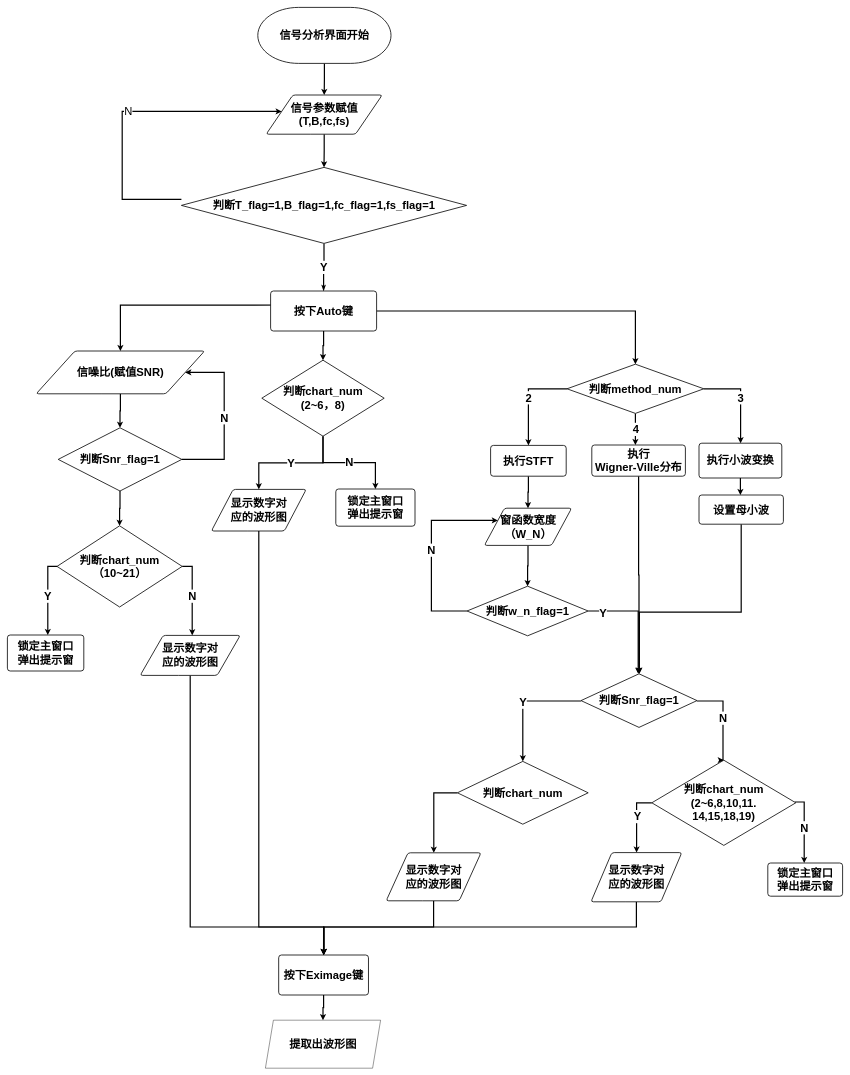
Before: TFA.drawio in Being-Chip/hello-world, a draw.io diagram. Source tidied: cells renumbered, new cells numbered last; positions are measured from the earlier drawing's top-left corner, leaving out a move shared by most shapes. Both pictures are drawn from the tidied source at 40%, with x=0, y=0 at pixel (7, 7).
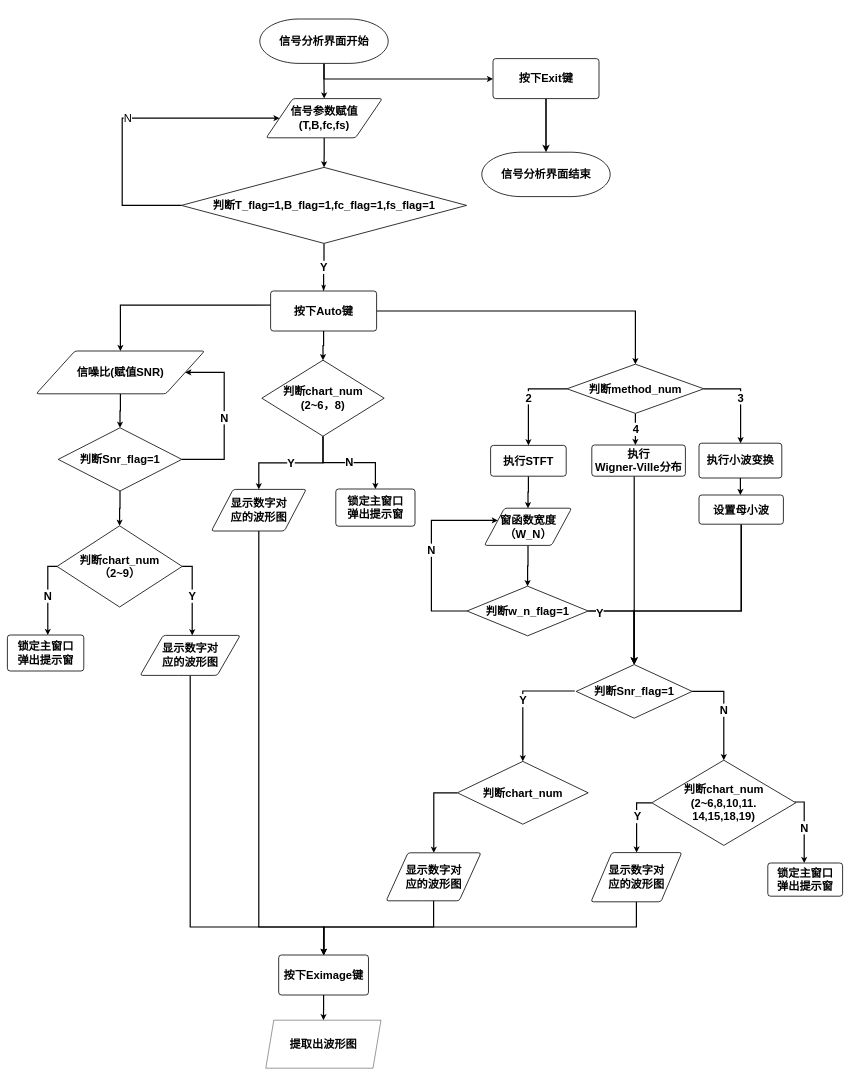
The same page after the edit.

The change refers to these unchanged cells:
```xml
<mxCell id="8" value="判断T_flag=1,B_flag=1,fc_flag=1,fs_flag=1" style="strokeWidth=2;html=1;shape=mxgraph.flowchart.decision;whiteSpace=wrap;fontSize=28;fontStyle=1;" parent="1" vertex="1">
  <mxGeometry x="435" y="400" width="713" height="190" as="geometry" />
</mxCell>
<mxCell id="23" value="执行&lt;br&gt;Wigner-Ville分布" style="rounded=1;whiteSpace=wrap;html=1;absoluteArcSize=1;arcSize=14;strokeWidth=2;fontSize=28;fontStyle=1;" parent="1" vertex="1">
  <mxGeometry x="1461" y="1094" width="234" height="78" as="geometry" />
</mxCell>
<mxCell id="35" value="锁定主窗口&lt;br&gt;弹出提示窗" style="rounded=1;whiteSpace=wrap;html=1;absoluteArcSize=1;arcSize=14;strokeWidth=2;fontSize=28;fontStyle=1;" parent="1" vertex="1">
  <mxGeometry y="1569" width="191" height="90" as="geometry" />
</mxCell>
<mxCell id="37" value="判断chart_num" style="strokeWidth=2;html=1;shape=mxgraph.flowchart.decision;whiteSpace=wrap;fontSize=28;fontStyle=1;" parent="1" vertex="1">
  <mxGeometry x="1125" y="1885" width="327" height="157" as="geometry" />
</mxCell>
<mxCell id="43" value="判断w_n_flag=1" style="strokeWidth=2;html=1;shape=mxgraph.flowchart.decision;whiteSpace=wrap;fontSize=28;fontStyle=1;" parent="1" vertex="1">
  <mxGeometry x="1149" y="1447" width="303" height="124" as="geometry" />
</mxCell>
<mxCell id="48" value="设置母小波" style="rounded=1;whiteSpace=wrap;html=1;absoluteArcSize=1;arcSize=14;strokeWidth=2;fontSize=28;fontStyle=1;" parent="1" vertex="1">
  <mxGeometry x="1729" y="1219" width="211" height="73" as="geometry" />
</mxCell>
<mxCell id="52" value="判断chart_num&lt;br style=&quot;font-size: 28px;&quot;&gt;(2~6,8,10,11.&lt;br style=&quot;font-size: 28px;&quot;&gt;14,15,18,19)" style="strokeWidth=2;html=1;shape=mxgraph.flowchart.decision;whiteSpace=wrap;fontSize=28;fontStyle=1;" parent="1" vertex="1">
  <mxGeometry x="1611" y="1882" width="360" height="213" as="geometry" />
</mxCell>
<mxCell id="63" value="显示数字对&lt;br&gt;应的波形图" style="shape=parallelogram;html=1;strokeWidth=2;perimeter=parallelogramPerimeter;whiteSpace=wrap;rounded=1;arcSize=12;size=0.23;fontSize=28;fontStyle=1;" parent="1" vertex="1">
  <mxGeometry x="332" y="1570" width="250" height="100" as="geometry" />
</mxCell>
```

The edit, as a diff of the source:
```diff
@@
+    <mxCell id="65" style="edgeStyle=orthogonalEdgeStyle;rounded=0;jettySize=auto;html=1;strokeWidth=3;" parent="1" edge="1" target="67">
+      <mxGeometry relative="1" as="geometry">
+        <mxPoint x="791.5" y="140" as="sourcePoint" />
+        <Array as="points">
+          <mxPoint x="791" y="179" />
+        </Array>
+      </mxGeometry>
+    </mxCell>
     <mxCell id="3" value="信号分析界面开始" style="strokeWidth=2;html=1;shape=mxgraph.flowchart.terminator;whiteSpace=wrap;fontSize=28;fontStyle=1;" parent="1" vertex="1">
-      <mxGeometry x="626" width="333" height="140" as="geometry" />
+      <mxGeometry x="631" y="29" width="321" height="111" as="geometry" />
     </mxCell>
@@
     <mxCell id="5" value="信号参数赋值 (T,B,fc,fs)" style="shape=parallelogram;html=1;strokeWidth=2;perimeter=parallelogramPerimeter;whiteSpace=wrap;rounded=1;arcSize=12;size=0.23;fontSize=28;fontStyle=1;" parent="1" vertex="1">
-      <mxGeometry x="647" y="219" width="290" height="98" as="geometry" />
+      <mxGeometry x="647" y="228" width="290" height="98" as="geometry" />
     </mxCell>
@@
     <mxCell id="7" value="N" style="edgeStyle=orthogonalEdgeStyle;rounded=0;jettySize=auto;html=1;fontSize=28;strokeWidth=3;" parent="1" edge="1" source="8" target="5">
       <mxGeometry relative="1" as="geometry">
         <Array as="points">
-          <mxPoint x="287" y="480" />
-          <mxPoint x="287" y="260" />
+          <mxPoint x="287" y="495" />
+          <mxPoint x="287" y="277" />
         </Array>
       </mxGeometry>
     </mxCell>
@@
     <mxCell id="22" style="edgeStyle=orthogonalEdgeStyle;rounded=0;jettySize=auto;html=1;fontSize=28;fontStyle=1;strokeWidth=3;" parent="1" edge="1" source="23" target="46">
-      <mxGeometry relative="1" as="geometry" />
+      <mxGeometry relative="1" as="geometry">
+        <Array as="points">
+          <mxPoint x="1567" y="1269" />
+          <mxPoint x="1567" y="1269" />
+        </Array>
+      </mxGeometry>
     </mxCell>
@@
-    <mxCell id="32" value="Y" style="edgeStyle=orthogonalEdgeStyle;rounded=0;jettySize=auto;html=1;fontSize=28;fontStyle=1;strokeWidth=3;" parent="1" edge="1" source="34" target="35">
+    <mxCell id="32" value="N" style="edgeStyle=orthogonalEdgeStyle;rounded=0;jettySize=auto;html=1;fontSize=28;fontStyle=1;strokeWidth=3;" parent="1" edge="1" source="34" target="35">
       <mxGeometry relative="1" as="geometry">
         <Array as="points">
           <mxPoint x="101" y="1398" />
         </Array>
       </mxGeometry>
     </mxCell>
-    <mxCell id="33" value="N" style="edgeStyle=orthogonalEdgeStyle;rounded=0;jettySize=auto;html=1;fontSize=28;strokeWidth=3;fontStyle=1;" parent="1" edge="1" source="34" target="63">
+    <mxCell id="33" value="Y" style="edgeStyle=orthogonalEdgeStyle;rounded=0;jettySize=auto;html=1;fontSize=28;strokeWidth=3;fontStyle=1;" parent="1" edge="1" source="34" target="63">
       <mxGeometry relative="1" as="geometry">
         <Array as="points">
           <mxPoint x="462" y="1397" />
         </Array>
       </mxGeometry>
     </mxCell>
-    <mxCell id="34" value="判断chart_num（10~21）" style="strokeWidth=2;html=1;shape=mxgraph.flowchart.decision;whiteSpace=wrap;fontSize=28;fontStyle=1;" parent="1" vertex="1">
+    <mxCell id="34" value="判断chart_num&lt;br&gt;（2~9）" style="strokeWidth=2;html=1;shape=mxgraph.flowchart.decision;whiteSpace=wrap;fontSize=28;fontStyle=1;" parent="1" vertex="1">
       <mxGeometry x="124" y="1296" width="313" height="203" as="geometry" />
     </mxCell>
@@
-    <mxCell id="41" style="edgeStyle=orthogonalEdgeStyle;rounded=0;jettySize=auto;html=1;strokeWidth=3;" parent="1" edge="1" source="43" target="46">
+    <mxCell id="41" style="edgeStyle=orthogonalEdgeStyle;rounded=0;jettySize=auto;html=1;strokeWidth=4;" parent="1" edge="1" source="43" target="46">
       <mxGeometry relative="1" as="geometry">
         <Array as="points">
-          <mxPoint x="1577" y="1509" />
+          <mxPoint x="1567" y="1509" />
         </Array>
       </mxGeometry>
     </mxCell>
     <mxCell id="42" value="Y" style="edgeLabel;html=1;align=center;verticalAlign=middle;fontSize=28;fontStyle=1;" parent="41" vertex="1">
-      <mxGeometry x="-0.75" y="-5" relative="1" as="geometry">
-        <mxPoint x="1" as="offset" />
+      <mxGeometry x="-0.77" y="-5" relative="1" as="geometry">
+        <mxPoint x="-1" as="offset" />
       </mxGeometry>
     </mxCell>
@@
     <mxCell id="44" value="N" style="edgeStyle=orthogonalEdgeStyle;rounded=0;jettySize=auto;html=1;entryX=0.5;entryY=0;entryDx=0;entryDy=0;entryPerimeter=0;fontSize=28;fontStyle=1;strokeWidth=3;" parent="1" edge="1" source="46" target="52">
       <mxGeometry relative="1" as="geometry">
         <Array as="points">
-          <mxPoint x="1789" y="1734" />
-          <mxPoint x="1789" y="1882" />
+          <mxPoint x="1791" y="1710" />
         </Array>
       </mxGeometry>
     </mxCell>
-    <mxCell id="45" value="Y" style="edgeStyle=orthogonalEdgeStyle;rounded=0;jettySize=auto;html=1;entryX=0.5;entryY=0;entryDx=0;entryDy=0;entryPerimeter=0;fontSize=28;strokeWidth=3;fontStyle=1;" parent="1" edge="1" source="46" target="37">
+    <mxCell id="45" value="Y" style="edgeStyle=orthogonalEdgeStyle;rounded=0;jettySize=auto;html=1;entryX=0.5;entryY=0;entryDx=0;entryDy=0;entryPerimeter=0;fontSize=28;strokeWidth=3;fontStyle=1;" parent="1" edge="1" target="37">
       <mxGeometry relative="1" as="geometry">
+        <mxPoint x="1417" y="1710" as="sourcePoint" />
         <Array as="points">
-          <mxPoint x="1289" y="1734" />
+          <mxPoint x="1417" y="1709" />
+          <mxPoint x="1289" y="1709" />
         </Array>
       </mxGeometry>
     </mxCell>
     <mxCell id="46" value="判断Snr_flag=1" style="strokeWidth=2;html=1;shape=mxgraph.flowchart.decision;whiteSpace=wrap;fontSize=28;fontStyle=1;" parent="1" vertex="1">
-      <mxGeometry x="1434" y="1666" width="290" height="134" as="geometry" />
+      <mxGeometry x="1422" y="1643" width="290" height="134" as="geometry" />
     </mxCell>
-    <mxCell id="47" style="edgeStyle=orthogonalEdgeStyle;rounded=0;jettySize=auto;html=1;fontSize=28;strokeWidth=3;" parent="1" edge="1" source="48" target="46">
+    <mxCell id="47" style="edgeStyle=orthogonalEdgeStyle;rounded=0;jettySize=auto;html=1;fontSize=28;strokeWidth=4;" parent="1" edge="1" source="48" target="46">
       <mxGeometry relative="1" as="geometry">
         <Array as="points">
-          <mxPoint x="1834" y="1512" />
-          <mxPoint x="1580" y="1512" />
+          <mxPoint x="1835" y="1509" />
+          <mxPoint x="1567" y="1509" />
         </Array>
       </mxGeometry>
     </mxCell>
@@
     <mxCell id="64" value="提取出波形图" style="shape=parallelogram;perimeter=parallelogramPerimeter;whiteSpace=wrap;html=1;fixedSize=1;fontSize=28;fontStyle=1;" parent="1" vertex="1">
-      <mxGeometry x="645" y="2532" width="288" height="120" as="geometry" />
+      <mxGeometry x="646" y="2532" width="288" height="120" as="geometry" />
     </mxCell>
+    <mxCell id="66" style="edgeStyle=orthogonalEdgeStyle;rounded=0;jettySize=auto;html=1;strokeWidth=4;" parent="1" edge="1" source="67" target="68">
+      <mxGeometry relative="1" as="geometry" />
+    </mxCell>
+    <mxCell id="67" value="按下Exit键" style="rounded=1;whiteSpace=wrap;html=1;absoluteArcSize=1;arcSize=14;strokeWidth=2;fontSize=28;fontStyle=1;" parent="1" vertex="1">
+      <mxGeometry x="1214" y="128" width="265" height="100" as="geometry" />
+    </mxCell>
+    <mxCell id="68" value="信号分析界面结束" style="strokeWidth=2;html=1;shape=mxgraph.flowchart.terminator;whiteSpace=wrap;fontSize=28;fontStyle=1;" parent="1" vertex="1">
+      <mxGeometry x="1186" y="362" width="321" height="111" as="geometry" />
+    </mxCell>
```
